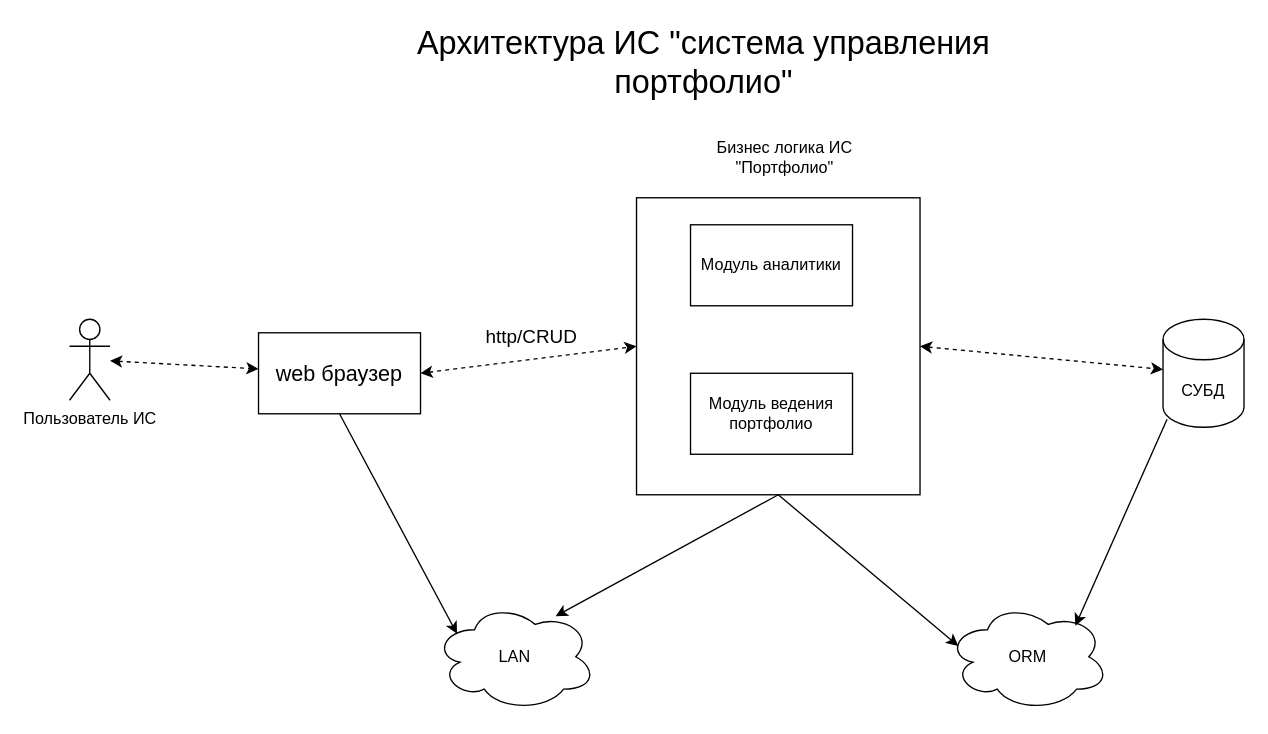
Before: page "Page-3" (3 of 3) of Диаграмма классов.drawio in Alexk80/keywords, a draw.io diagram. Source tidied: cells renumbered, new cells numbered last; positions are measured from the earlier drawing's top-left corner, leaving out a move shared by most shapes. Both pictures are drawn from the tidied source at 135%, with x=0, y=0 at pixel (69, 49).
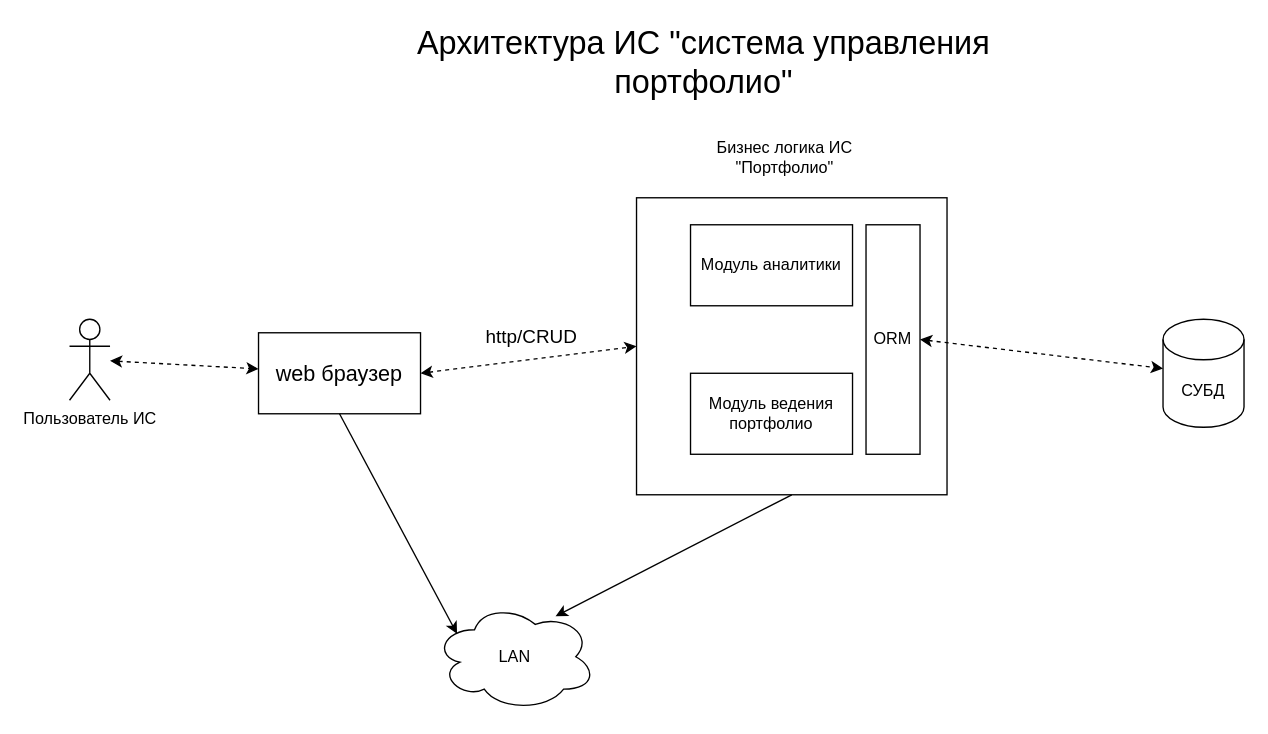
After the change.

The change refers to these unchanged cells:
```xml
<mxCell id="4" value="СУБД" style="shape=cylinder3;whiteSpace=wrap;html=1;boundedLbl=1;backgroundOutline=1;size=15;" parent="1" vertex="1">
  <mxGeometry x="810" y="200" width="60" height="80" as="geometry" />
</mxCell>
```

Change to the diagram source:
```diff
@@
     <mxCell id="6" style="rounded=0;whiteSpace=wrap;html=1;" parent="1" vertex="1">
-      <mxGeometry x="420" y="110" width="210" height="220" as="geometry" />
+      <mxGeometry x="420" y="110" width="230" height="220" as="geometry" />
     </mxCell>
@@
-    <mxCell id="12" value="ORM" style="ellipse;shape=cloud;whiteSpace=wrap;html=1;" parent="1" vertex="1">
-      <mxGeometry x="650" y="410" width="120" height="80" as="geometry" />
-    </mxCell>
-    <mxCell id="13" style="endArrow=classic;startArrow=classic;html=1;exitX=1;exitY=0.5;exitDx=0;exitDy=0;dashed=1;" parent="1" edge="1" source="6" target="4">
+    <mxCell id="13" style="endArrow=classic;startArrow=classic;html=1;exitX=1;exitY=0.5;exitDx=0;exitDy=0;dashed=1;" parent="1" edge="1" source="12" target="4">
       <mxGeometry relative="1" as="geometry" />
     </mxCell>
-    <mxCell id="14" style="endArrow=classic;html=1;entryX=0.07;entryY=0.4;entryDx=0;entryDy=0;entryPerimeter=0;exitX=0.5;exitY=1;exitDx=0;exitDy=0;" parent="1" edge="1" source="6" target="12">
-      <mxGeometry relative="1" as="geometry" />
-    </mxCell>
-    <mxCell id="15" style="endArrow=classic;html=1;entryX=0.792;entryY=0.213;entryDx=0;entryDy=0;entryPerimeter=0;exitX=0.05;exitY=0.925;exitDx=0;exitDy=0;exitPerimeter=0;" parent="1" edge="1" source="4" target="12">
-      <mxGeometry relative="1" as="geometry" />
-    </mxCell>
@@
+    <mxCell id="12" value="ORM" style="rounded=0;whiteSpace=wrap;html=1;" parent="1" vertex="1">
+      <mxGeometry x="590" y="130" width="40" height="170" as="geometry" />
+    </mxCell>
```
